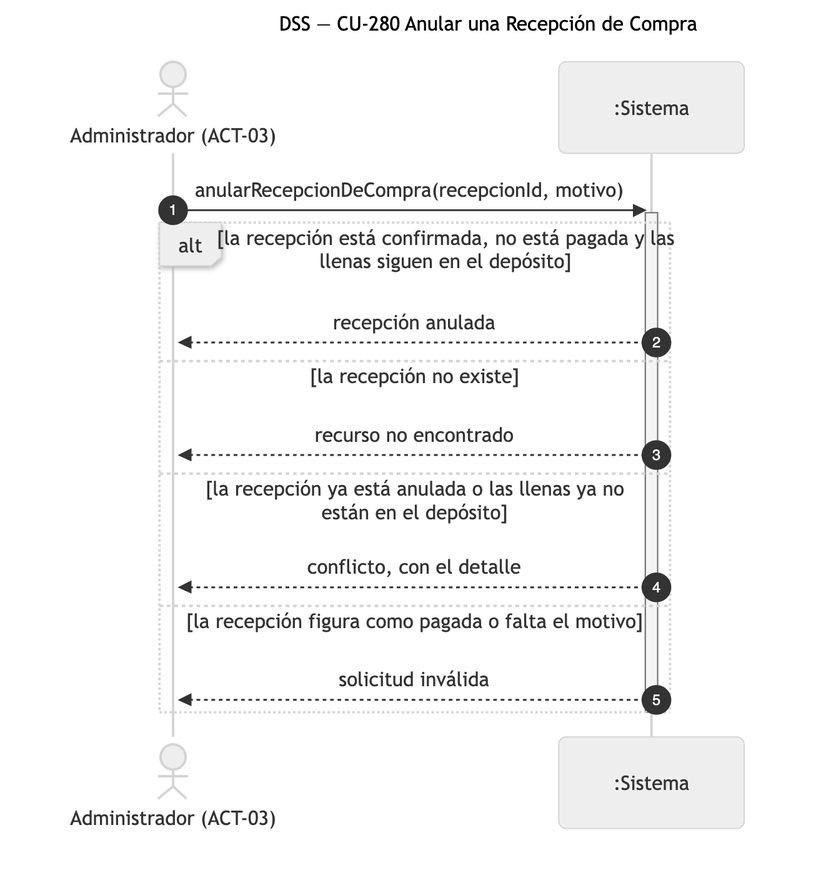
This is diagramas/png/DSS_CU-280_Anular-una-Recepcion-de-Compra.png from Nahuelito-Dev/splg-docs, a Mermaid export, as it was before one commit. Its source is kept beside it as diagramas/DSS_CU-280_Anular-una-Recepcion-de-Compra.mmd.
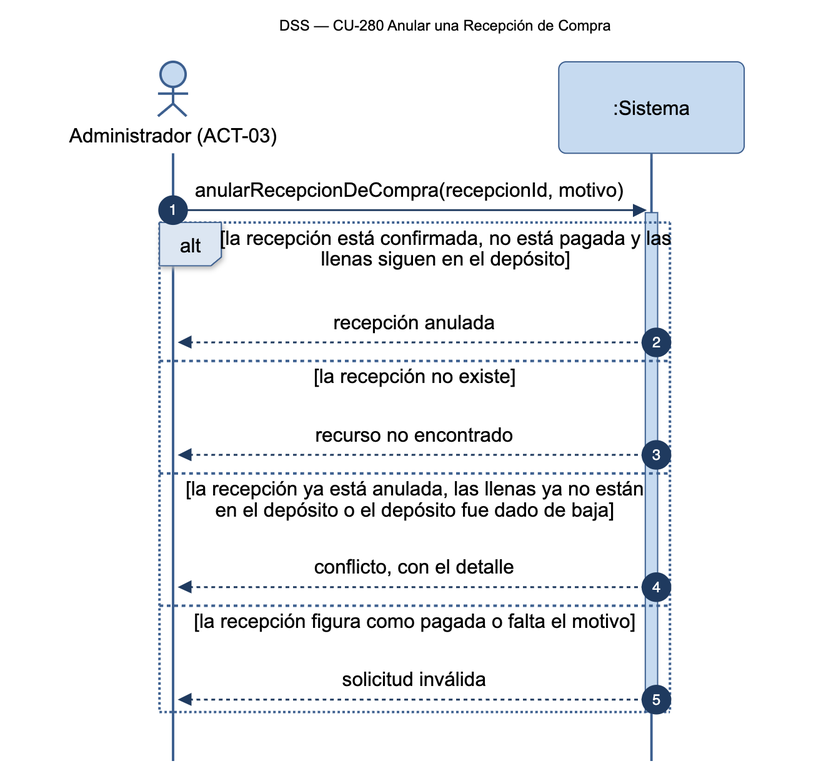
Above is the later version.

Change to the diagram source:
```diff
@@ -10,7 +10,7 @@
         SIS-->>ADM: recepción anulada
     else la recepción no existe
         SIS-->>ADM: recurso no encontrado
-    else la recepción ya está anulada o las llenas ya no están en el depósito
+    else la recepción ya está anulada, las llenas ya no están en el depósito o el depósito fue dado de baja
         SIS-->>ADM: conflicto, con el detalle
     else la recepción figura como pagada o falta el motivo
         SIS-->>ADM: solicitud inválida
```
